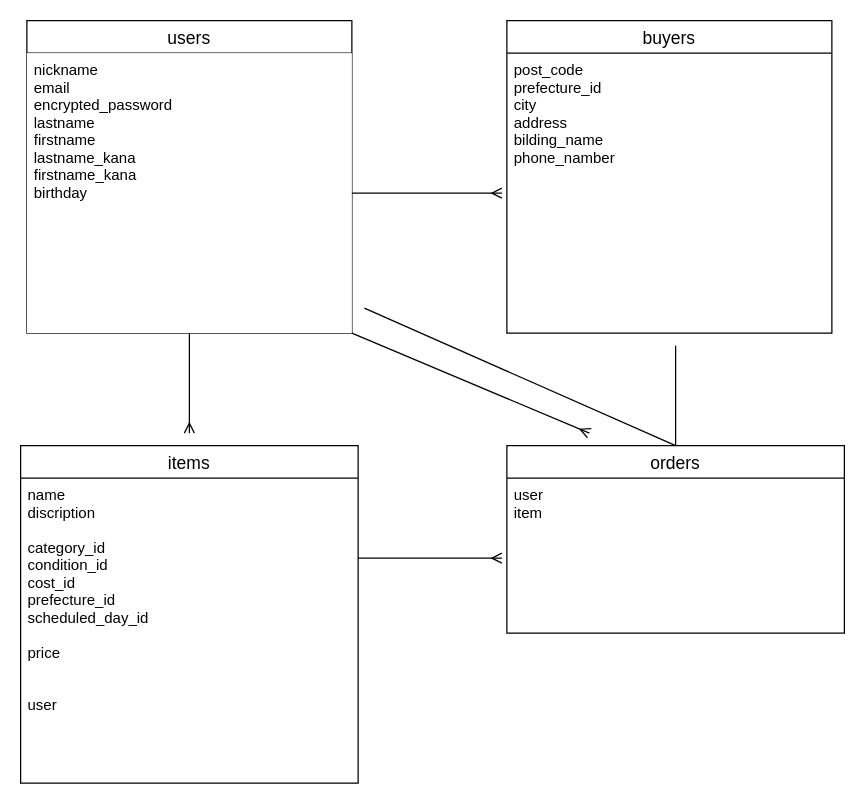
Above: app/views/test.dio in miyoon17/furima-40098 (draw.io), before the change. Source tidied: cells renumbered, new cells numbered last; positions are measured from the earlier drawing's top-left corner, leaving out a move shared by most shapes. Both pictures are drawn from the tidied source at 125%, with x=0, y=0 at pixel (20, 20).
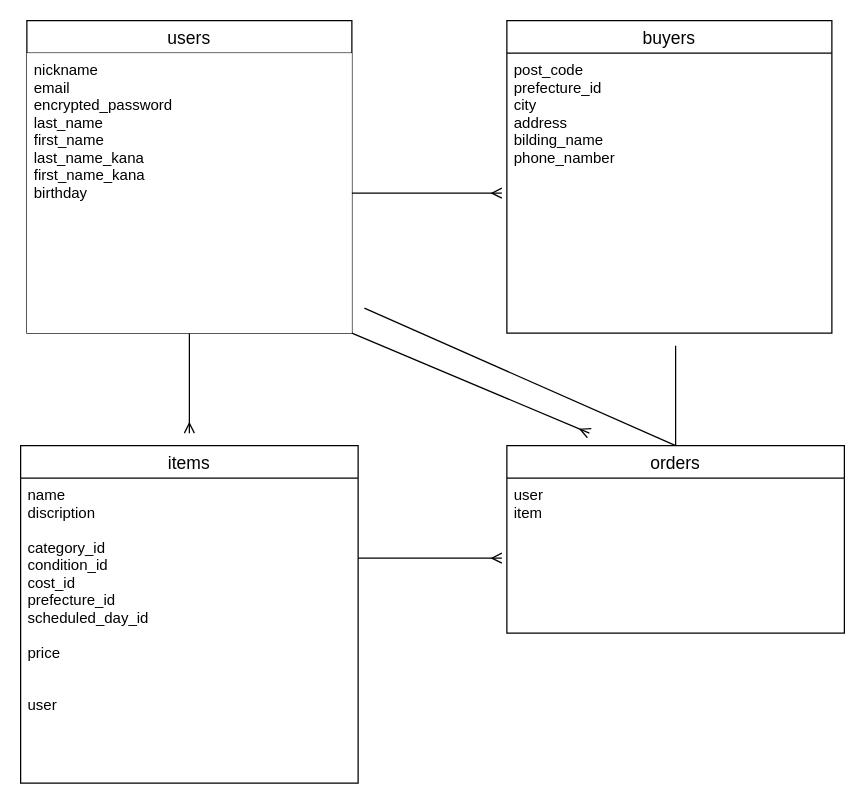
Above is the later version.

The change refers to these unchanged cells:
```xml
<mxCell id="4" value="users" style="swimlane;fontStyle=0;horizontal=1;startSize=26;align=center;fontSize=14;" parent="1" vertex="1">
  <mxGeometry x="5" width="260" height="250" as="geometry" />
</mxCell>
```

Diff of the diagram source:
```diff
@@
-    <mxCell id="5" value="nickname&#10;email&#10;encrypted_password&#10;lastname&#10;firstname&#10;lastname_kana&#10;firstname_kana&#10;birthday" style="text;strokeColor=none;fillColor=default;spacingLeft=4;spacingRight=4;overflow=hidden;points=[[0,0.5],[1,0.5]];portConstraint=eastwest;fontSize=12;" parent="4" vertex="1">
+    <mxCell id="5" value="nickname&#10;email&#10;encrypted_password&#10;last_name&#10;first_name&#10;last_name_kana&#10;first_name_kana&#10;birthday" style="text;strokeColor=none;fillColor=default;spacingLeft=4;spacingRight=4;overflow=hidden;points=[[0,0.5],[1,0.5]];portConstraint=eastwest;fontSize=12;" parent="4" vertex="1">
       <mxGeometry y="26" width="260" height="224" as="geometry" />
     </mxCell>
```
